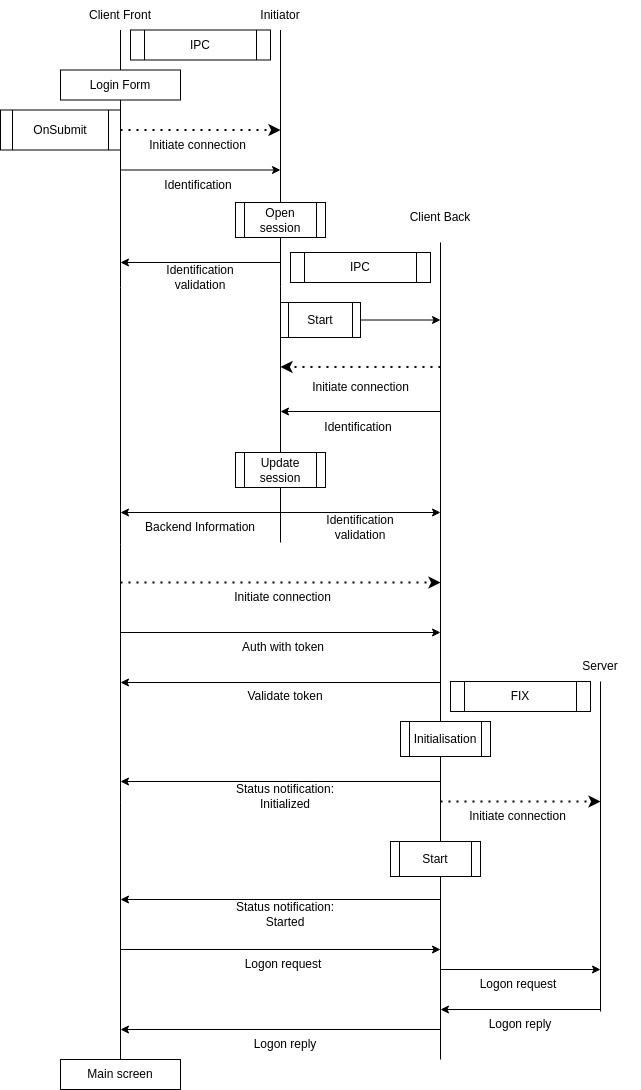
Above: client/initiator/asset/auth-protocol.png in DipStax/FIX4.2-protocol (draw.io), before the change. Source tidied: cells renumbered, new cells last; positions are measured from the earlier drawing's top-left corner, leaving out a move shared by most shapes.
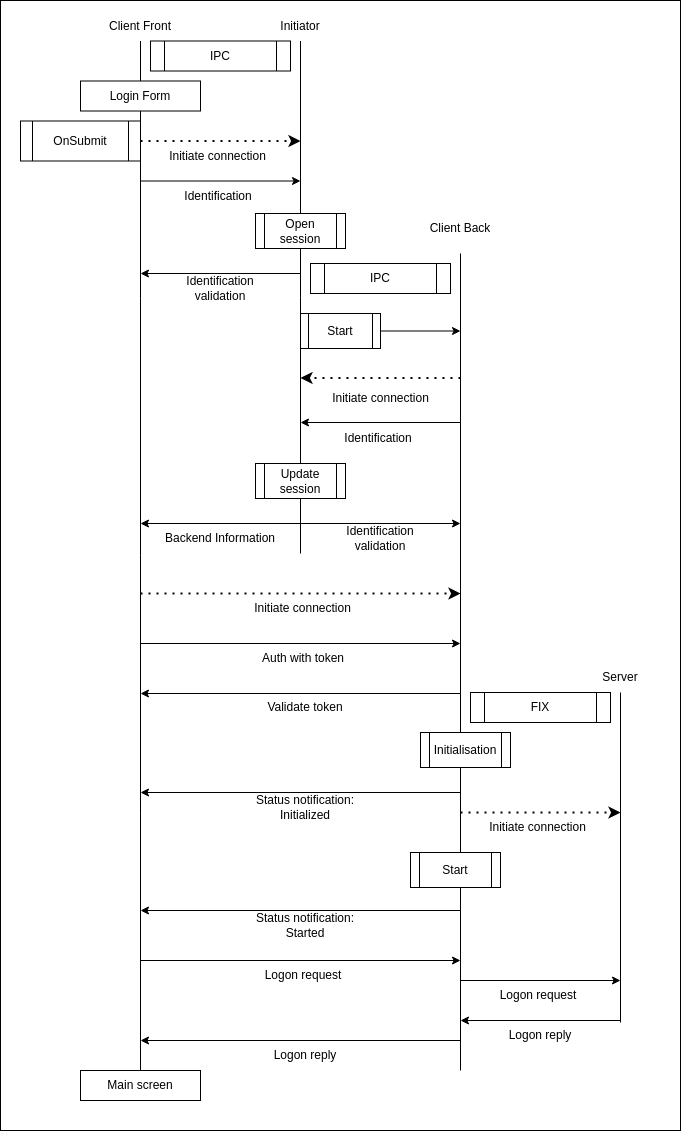
After the commit.

Commit message:
doc(Client/Initiator): fix image visualisation

What changed in the source:
```diff
@@ -2,6 +2,9 @@
   <root>
     <mxCell id="0" />
     <mxCell id="1" parent="0" />
+    <mxCell id="56" style="rounded=0;whiteSpace=wrap;html=1;" parent="1" vertex="1">
+      <mxGeometry x="-20" y="-10" width="680" height="1130" as="geometry" />
+    </mxCell>
     <mxCell id="2" style="endArrow=none;html=1;exitX=0.5;exitY=0;exitDx=0;exitDy=0;" parent="1" edge="1" source="47">
       <mxGeometry relative="1" as="geometry">
         <mxPoint x="120" y="30.5" as="targetPoint" />
```
